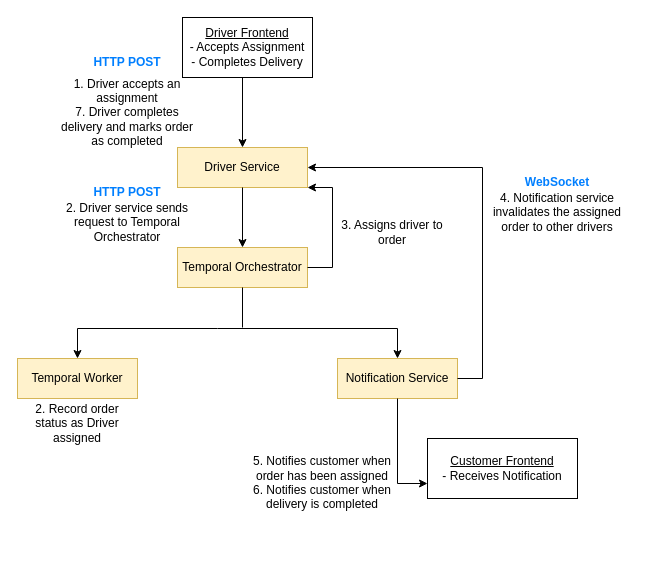
darkliyznyanlin910/esd-2425T2 keeps this draw.io diagram as diagrams/DriverChecksAssignment2.drawio. Above is the earlier version. Source tidied: cells renumbered, new cells numbered last; positions are measured from the earlier drawing's top-left corner, leaving out a move shared by most shapes. Both pictures are drawn from the tidied source at 100%, with x=0, y=0 at pixel (17, 17).
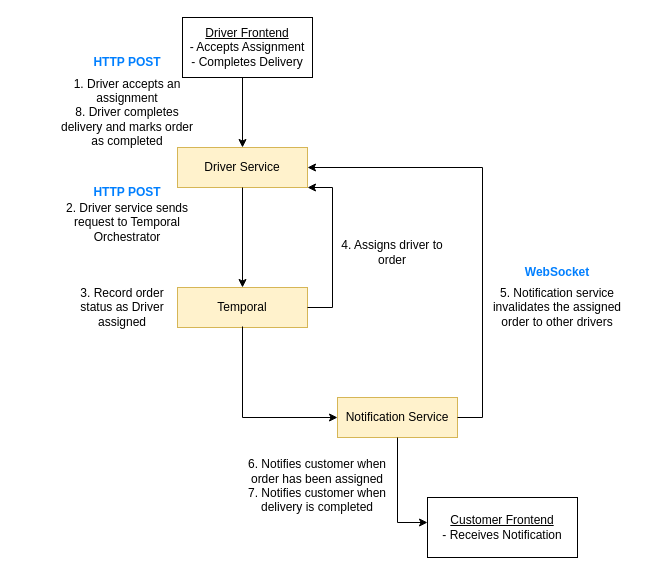
After the change.

Unchanged cells that the change refers to:
```xml
<mxCell id="15" value="Driver Service" style="rounded=0;whiteSpace=wrap;html=1;fillColor=#fff2cc;strokeColor=#d6b656;" parent="1" vertex="1">
  <mxGeometry x="160" y="130" width="130" height="40" as="geometry" />
</mxCell>
```

The edit, as a diff of the source:
```diff
@@
-    <mxCell id="3" value="Temporal Orchestrator" style="rounded=0;whiteSpace=wrap;html=1;fillColor=#fff2cc;strokeColor=#d6b656;" parent="1" vertex="1">
-      <mxGeometry x="160" y="230" width="130" height="40" as="geometry" />
+    <mxCell id="3" value="Temporal" style="rounded=0;whiteSpace=wrap;html=1;fillColor=#fff2cc;strokeColor=#d6b656;" parent="1" vertex="1">
+      <mxGeometry x="160" y="270" width="130" height="40" as="geometry" />
     </mxCell>
-    <mxCell id="4" value="1. Driver accepts an assignment&lt;div&gt;7. Driver completes delivery and marks order as completed&lt;/div&gt;" style="text;html=1;align=center;verticalAlign=middle;whiteSpace=wrap;rounded=0;" parent="1" vertex="1">
+    <mxCell id="4" value="1. Driver accepts an assignment&lt;div&gt;8. Driver completes delivery and marks order as completed&lt;/div&gt;" style="text;html=1;align=center;verticalAlign=middle;whiteSpace=wrap;rounded=0;" parent="1" vertex="1">
       <mxGeometry x="35" y="80" width="150" height="30" as="geometry" />
     </mxCell>
@@
-    <mxCell id="7" value="Temporal Worker" style="rounded=0;whiteSpace=wrap;html=1;fillColor=#fff2cc;strokeColor=#d6b656;" parent="1" vertex="1">
-      <mxGeometry y="341" width="120" height="40" as="geometry" />
-    </mxCell>
     <mxCell id="8" value="Notification Service" style="rounded=0;whiteSpace=wrap;html=1;fillColor=#fff2cc;strokeColor=#d6b656;" parent="1" vertex="1">
-      <mxGeometry x="320" y="341" width="120" height="40" as="geometry" />
+      <mxGeometry x="320" y="380" width="120" height="40" as="geometry" />
     </mxCell>
-    <mxCell id="9" style="endArrow=classic;startArrow=classic;html=1;rounded=0;exitX=0.5;exitY=0;exitDx=0;exitDy=0;entryX=0.5;entryY=0;entryDx=0;entryDy=0;" parent="1" edge="1" source="7" target="8">
-      <mxGeometry relative="1" as="geometry">
-        <Array as="points">
-          <mxPoint x="60" y="311" />
-          <mxPoint x="200" y="311" />
-          <mxPoint x="380" y="311" />
-        </Array>
-      </mxGeometry>
-    </mxCell>
     <mxCell id="10" value="&lt;div&gt;&lt;u&gt;Customer Frontend&lt;/u&gt;&lt;/div&gt;&lt;div&gt;- Receives Notification&lt;/div&gt;" style="rounded=0;whiteSpace=wrap;html=1;" parent="1" vertex="1">
-      <mxGeometry x="410" y="421" width="150" height="60" as="geometry" />
+      <mxGeometry x="410" y="480" width="150" height="60" as="geometry" />
     </mxCell>
-    <mxCell id="11" value="2. Record order status as Driver assigned" style="text;html=1;align=center;verticalAlign=middle;whiteSpace=wrap;rounded=0;" parent="1" vertex="1">
-      <mxGeometry x="5" y="391" width="110" height="30" as="geometry" />
+    <mxCell id="11" value="3. Record order status as Driver assigned" style="text;html=1;align=center;verticalAlign=middle;whiteSpace=wrap;rounded=0;" parent="1" vertex="1">
+      <mxGeometry x="50" y="275" width="110" height="30" as="geometry" />
     </mxCell>
-    <mxCell id="12" value="3. Assigns driver to order" style="text;html=1;align=center;verticalAlign=middle;whiteSpace=wrap;rounded=0;" parent="1" vertex="1">
-      <mxGeometry x="320" y="200" width="110" height="30" as="geometry" />
+    <mxCell id="12" value="4. Assigns driver to order" style="text;html=1;align=center;verticalAlign=middle;whiteSpace=wrap;rounded=0;" parent="1" vertex="1">
+      <mxGeometry x="320" y="220" width="110" height="30" as="geometry" />
     </mxCell>
-    <mxCell id="13" value="&lt;div&gt;&lt;br&gt;&lt;/div&gt;&lt;div&gt;&lt;br&gt;&lt;/div&gt;5. Notifies customer when order has been assigned&lt;div&gt;6. Notifies customer when delivery is completed&lt;/div&gt;" style="text;html=1;align=center;verticalAlign=middle;whiteSpace=wrap;rounded=0;" parent="1" vertex="1">
-      <mxGeometry x="220" y="436" width="170" height="30" as="geometry" />
+    <mxCell id="13" value="&lt;div&gt;&lt;br&gt;&lt;/div&gt;&lt;div&gt;&lt;br&gt;&lt;/div&gt;6. Notifies customer when order has been assigned&lt;div&gt;7. Notifies customer when delivery is completed&lt;/div&gt;" style="text;html=1;align=center;verticalAlign=middle;whiteSpace=wrap;rounded=0;" parent="1" vertex="1">
+      <mxGeometry x="215" y="439" width="170" height="30" as="geometry" />
     </mxCell>
-    <mxCell id="14" style="endArrow=classic;html=1;rounded=0;entryX=0;entryY=0.75;entryDx=0;entryDy=0;exitX=0.5;exitY=1;exitDx=0;exitDy=0;" parent="1" edge="1" source="8" target="10">
+    <mxCell id="14" style="endArrow=classic;html=1;rounded=0;entryX=0;entryY=0.75;entryDx=0;entryDy=0;exitX=0.5;exitY=1;exitDx=0;exitDy=0;" parent="1" edge="1" source="8">
       <mxGeometry relative="1" as="geometry">
+        <mxPoint x="410" y="505" as="targetPoint" />
         <Array as="points">
-          <mxPoint x="380" y="466" />
+          <mxPoint x="380" y="505" />
         </Array>
       </mxGeometry>
     </mxCell>
@@
     <mxCell id="20" style="endArrow=classic;html=1;rounded=0;exitX=1;exitY=0.5;exitDx=0;exitDy=0;entryX=1;entryY=0.5;entryDx=0;entryDy=0;" parent="1" edge="1" source="8" target="15">
       <mxGeometry relative="1" as="geometry">
         <Array as="points">
-          <mxPoint x="465" y="361" />
+          <mxPoint x="465" y="400" />
           <mxPoint x="465" y="150" />
         </Array>
       </mxGeometry>
     </mxCell>
-    <mxCell id="21" value="4. Notification service invalidates the assigned order to other drivers" style="text;html=1;align=center;verticalAlign=middle;whiteSpace=wrap;rounded=0;" parent="1" vertex="1">
-      <mxGeometry x="465" y="180" width="150" height="30" as="geometry" />
+    <mxCell id="21" value="5. Notification service invalidates the assigned order to other drivers" style="text;html=1;align=center;verticalAlign=middle;whiteSpace=wrap;rounded=0;" parent="1" vertex="1">
+      <mxGeometry x="465" y="275" width="150" height="30" as="geometry" />
     </mxCell>
     <mxCell id="22" value="&lt;b&gt;WebSocket&lt;/b&gt;" style="text;html=1;align=center;verticalAlign=middle;whiteSpace=wrap;rounded=0;fontColor=#007FFF;" parent="1" vertex="1">
-      <mxGeometry x="500" y="150" width="80" height="30" as="geometry" />
+      <mxGeometry x="500" y="240" width="80" height="30" as="geometry" />
     </mxCell>
     <mxCell id="23" style="endArrow=classic;html=1;rounded=0;exitX=1;exitY=0.5;exitDx=0;exitDy=0;entryX=1;entryY=1;entryDx=0;entryDy=0;" parent="1" edge="1" source="3" target="15">
       <mxGeometry relative="1" as="geometry">
         <Array as="points">
-          <mxPoint x="315" y="250" />
+          <mxPoint x="315" y="290" />
           <mxPoint x="315" y="170" />
         </Array>
       </mxGeometry>
     </mxCell>
-    <mxCell id="24" style="endArrow=none;html=1;rounded=0;entryX=0.5;entryY=1;entryDx=0;entryDy=0;" parent="1" edge="1" target="3">
-      <mxGeometry relative="1" as="geometry">
-        <mxPoint x="225" y="310" as="sourcePoint" />
-      </mxGeometry>
-    </mxCell>
+    <mxCell id="25" style="endArrow=classic;html=1;rounded=0;entryX=0;entryY=0.5;entryDx=0;entryDy=0;exitX=0.5;exitY=1;exitDx=0;exitDy=0;" parent="1" edge="1" target="8">
+      <mxGeometry relative="1" as="geometry">
+        <mxPoint x="225" y="309" as="sourcePoint" />
+        <Array as="points">
+          <mxPoint x="225" y="400" />
+        </Array>
+      </mxGeometry>
+    </mxCell>
```
